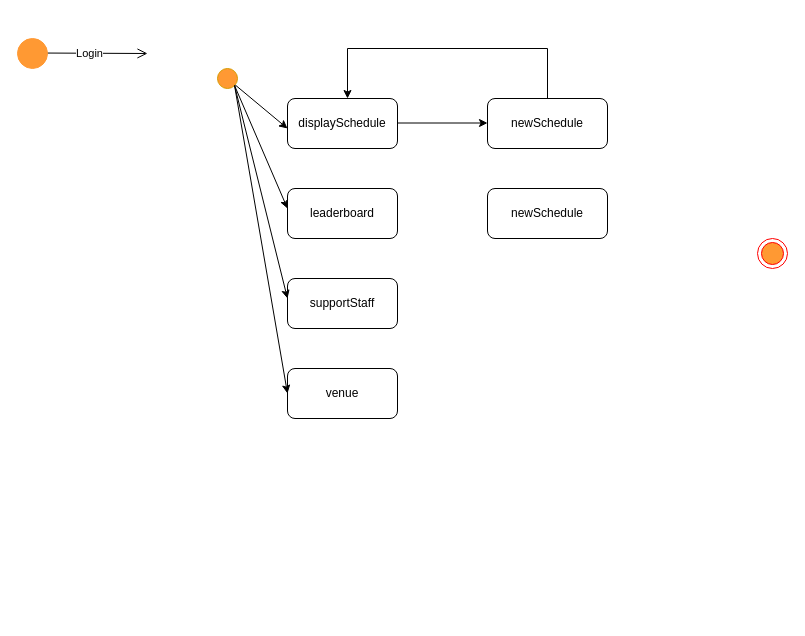
Earlier version of the draw.io diagram state.drawio (surya758/AmazonClone). Source tidied: cells renumbered, new cells numbered last; positions are measured from the earlier drawing's top-left corner, leaving out a move shared by most shapes. Both pictures are drawn from the tidied source at 100%, with x=0, y=0 at pixel (17, 38).
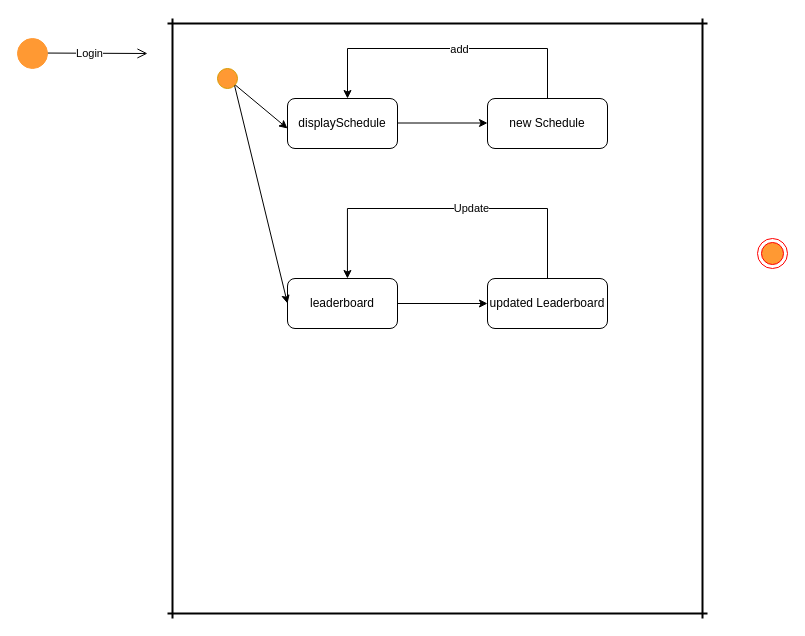
After the change.

Unchanged cells that the change refers to:
```xml
<mxCell id="7" style="ellipse;fillColor=#FF9933;strokeColor=#d79b00;" parent="1" vertex="1">
  <mxGeometry x="200" y="30" width="20" height="20" as="geometry" />
</mxCell>
<mxCell id="10" style="edgeStyle=elbowEdgeStyle;elbow=vertical;endArrow=classic;html=1;rounded=0;" parent="1" edge="1">
  <mxGeometry relative="1" as="geometry">
    <mxPoint x="530" y="70" as="sourcePoint" />
    <mxPoint x="330" y="60" as="targetPoint" />
    <Array as="points">
      <mxPoint x="430" y="10" />
    </Array>
  </mxGeometry>
</mxCell>
```

The edit, as a diff of the source:
```diff
@@
+    <mxCell id="19" value="add" style="edgeLabel;html=1;align=center;verticalAlign=middle;" parent="10" vertex="1">
+      <mxGeometry x="-0.12" y="1" relative="1" as="geometry">
+        <mxPoint x="-13" y="-1" as="offset" />
+      </mxGeometry>
+    </mxCell>
-    <mxCell id="11" value="&lt;span style=&quot;white-space: pre&quot;&gt;newSchedule&lt;/span&gt;" style="rounded=1;whiteSpace=wrap;html=1;" parent="1" vertex="1">
+    <mxCell id="11" value="&lt;span style=&quot;white-space: pre&quot;&gt;new Schedule&lt;/span&gt;" style="rounded=1;whiteSpace=wrap;html=1;" parent="1" vertex="1">
       <mxGeometry x="470" y="60" width="120" height="50" as="geometry" />
     </mxCell>
-    <mxCell id="12" value="venue" style="rounded=1;whiteSpace=wrap;html=1;" parent="1" vertex="1">
-      <mxGeometry x="270" y="330" width="110" height="50" as="geometry" />
-    </mxCell>
     <mxCell id="13" value="leaderboard" style="rounded=1;whiteSpace=wrap;html=1;" parent="1" vertex="1">
-      <mxGeometry x="270" y="150" width="110" height="50" as="geometry" />
+      <mxGeometry x="270" y="240" width="110" height="50" as="geometry" />
     </mxCell>
-    <mxCell id="14" value="supportStaff" style="rounded=1;whiteSpace=wrap;html=1;" parent="1" vertex="1">
-      <mxGeometry x="270" y="240" width="110" height="50" as="geometry" />
-    </mxCell>
-    <mxCell id="15" style="endArrow=classic;html=1;rounded=0;exitX=1;exitY=1;exitDx=0;exitDy=0;" parent="1" edge="1" source="7">
-      <mxGeometry relative="1" as="geometry">
-        <mxPoint x="270" y="170" as="targetPoint" />
-      </mxGeometry>
+    <mxCell id="15" style="endArrow=classic;html=1;rounded=0;exitX=1;exitY=1;exitDx=0;exitDy=0;entryX=0;entryY=0.5;entryDx=0;entryDy=0;" parent="1" edge="1" source="7" target="13">
+      <mxGeometry relative="1" as="geometry" />
     </mxCell>
-    <mxCell id="16" style="endArrow=classic;html=1;rounded=0;exitX=1;exitY=1;exitDx=0;exitDy=0;" parent="1" edge="1" source="7">
-      <mxGeometry relative="1" as="geometry">
-        <mxPoint x="270" y="260" as="targetPoint" />
-      </mxGeometry>
-    </mxCell>
-    <mxCell id="17" style="endArrow=classic;html=1;rounded=0;entryX=0;entryY=0.5;entryDx=0;entryDy=0;exitX=1;exitY=1;exitDx=0;exitDy=0;" parent="1" edge="1" source="7" target="12">
-      <mxGeometry relative="1" as="geometry" />
-    </mxCell>
-    <mxCell id="18" value="&lt;span style=&quot;white-space: pre&quot;&gt;newSchedule&lt;/span&gt;" style="rounded=1;whiteSpace=wrap;html=1;" parent="1" vertex="1">
-      <mxGeometry x="470" y="150" width="120" height="50" as="geometry" />
+    <mxCell id="18" value="&lt;span style=&quot;white-space: pre&quot;&gt;updated Leaderboard&lt;/span&gt;" style="rounded=1;whiteSpace=wrap;html=1;" parent="1" vertex="1">
+      <mxGeometry x="470" y="240" width="120" height="50" as="geometry" />
     </mxCell>
+    <mxCell id="20" style="endArrow=classic;html=1;rounded=0;exitX=1;exitY=0.5;exitDx=0;exitDy=0;entryX=0;entryY=0.5;entryDx=0;entryDy=0;" parent="1" edge="1" source="13" target="18">
+      <mxGeometry relative="1" as="geometry" />
+    </mxCell>
+    <mxCell id="21" style="edgeStyle=elbowEdgeStyle;elbow=vertical;endArrow=classic;html=1;rounded=0;entryX=0.545;entryY=0;entryDx=0;entryDy=0;entryPerimeter=0;exitX=0.5;exitY=0;exitDx=0;exitDy=0;" parent="1" edge="1" source="18" target="13">
+      <mxGeometry relative="1" as="geometry">
+        <Array as="points">
+          <mxPoint x="430" y="170" />
+        </Array>
+      </mxGeometry>
+    </mxCell>
+    <mxCell id="22" value="Update" style="edgeLabel;html=1;align=center;verticalAlign=middle;" parent="21" vertex="1">
+      <mxGeometry x="-0.31" y="-1" relative="1" as="geometry">
+        <mxPoint x="-30" as="offset" />
+      </mxGeometry>
+    </mxCell>
+    <mxCell id="23" style="line;strokeWidth=2;direction=south;html=1;fillColor=#FF9933;" parent="1" vertex="1">
+      <mxGeometry x="150" y="-20" width="10" height="600" as="geometry" />
+    </mxCell>
+    <mxCell id="24" style="line;strokeWidth=2;html=1;fillColor=#FF9933;" parent="1" vertex="1">
+      <mxGeometry x="150" y="570" width="540" height="10" as="geometry" />
+    </mxCell>
+    <mxCell id="25" style="line;strokeWidth=2;html=1;fillColor=#FF9933;" parent="1" vertex="1">
+      <mxGeometry x="150" y="-20" width="540" height="10" as="geometry" />
+    </mxCell>
+    <mxCell id="26" style="line;strokeWidth=2;direction=south;html=1;fillColor=#FF9933;" parent="1" vertex="1">
+      <mxGeometry x="680" y="-20" width="10" height="600" as="geometry" />
+    </mxCell>
```
